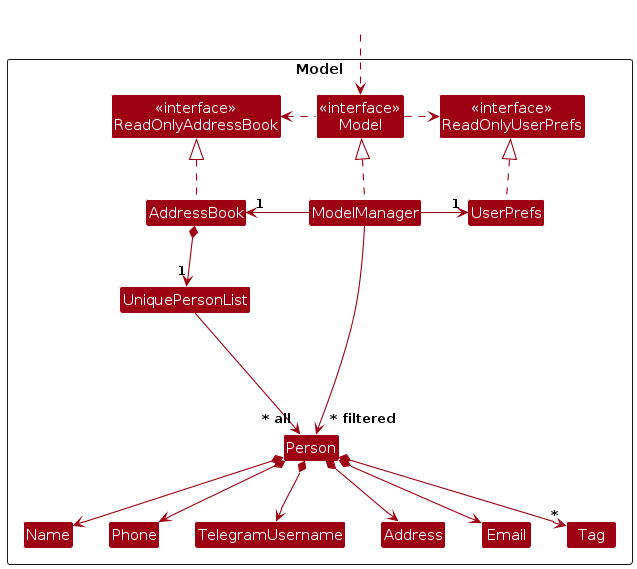
This is diagrams/ModelClassDiagram.png from AY2627S1-CS2103T-W14-2/tp, a PlantUML export, as it was before one commit. Its source is kept beside it as diagrams/ModelClassDiagram.puml.
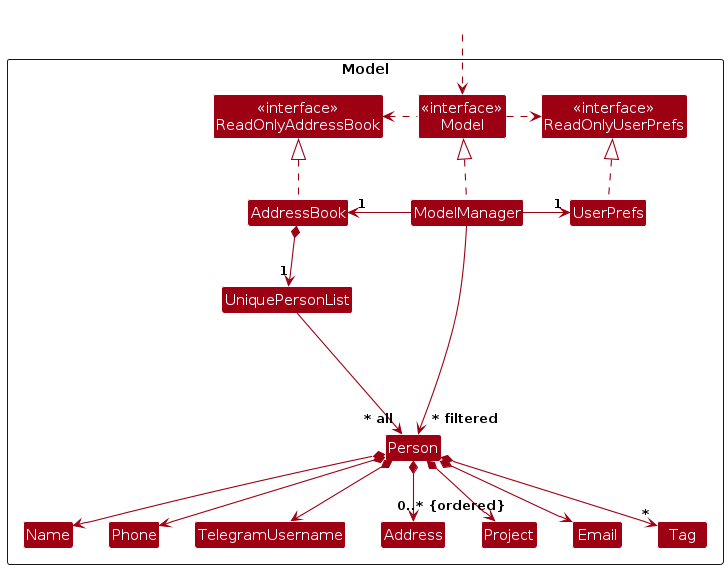
The same diagram one commit later.

What changed in the source:
```diff
@@ -19,6 +19,7 @@
 Class Name
 Class Phone
 Class TelegramUsername
+Class Project
 Class Tag
 
 Class I #FFFFFF
@@ -43,6 +44,7 @@
 Person *--> Email
 Person *--> TelegramUsername
 Person *--> Address
+Person *--> "0..* {ordered}" Project
 Person *--> "*" Tag
 
 Person -[hidden]up--> I
@@ -51,7 +53,8 @@
 Name -[hidden]right-> Phone
 Phone -[hidden]right-> TelegramUsername
 TelegramUsername -[hidden]right-> Address
-Address -[hidden]right-> Email
+Address -[hidden]right-> Project
+Project -[hidden]right-> Email
 
 ModelManager --> "~* filtered" Person
 @enduml
```
